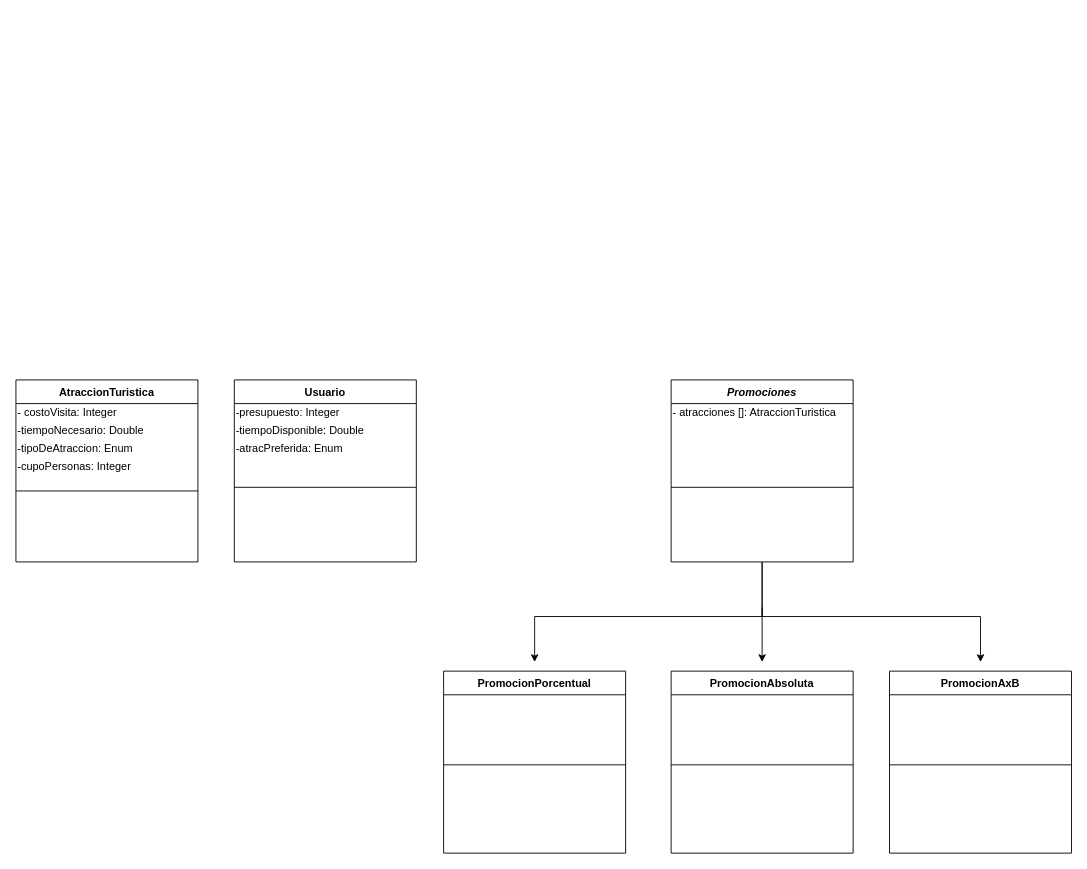
The draw.io diagram ParqueDeAtracciones.drawio in daidaros08/daidaros08, before the edit. Source tidied: cells renumbered, new cells numbered last; positions are measured from the earlier drawing's top-left corner, leaving out a move shared by most shapes. Both pictures are drawn from the tidied source at 91%, with x=0, y=0 at pixel (15, 379).
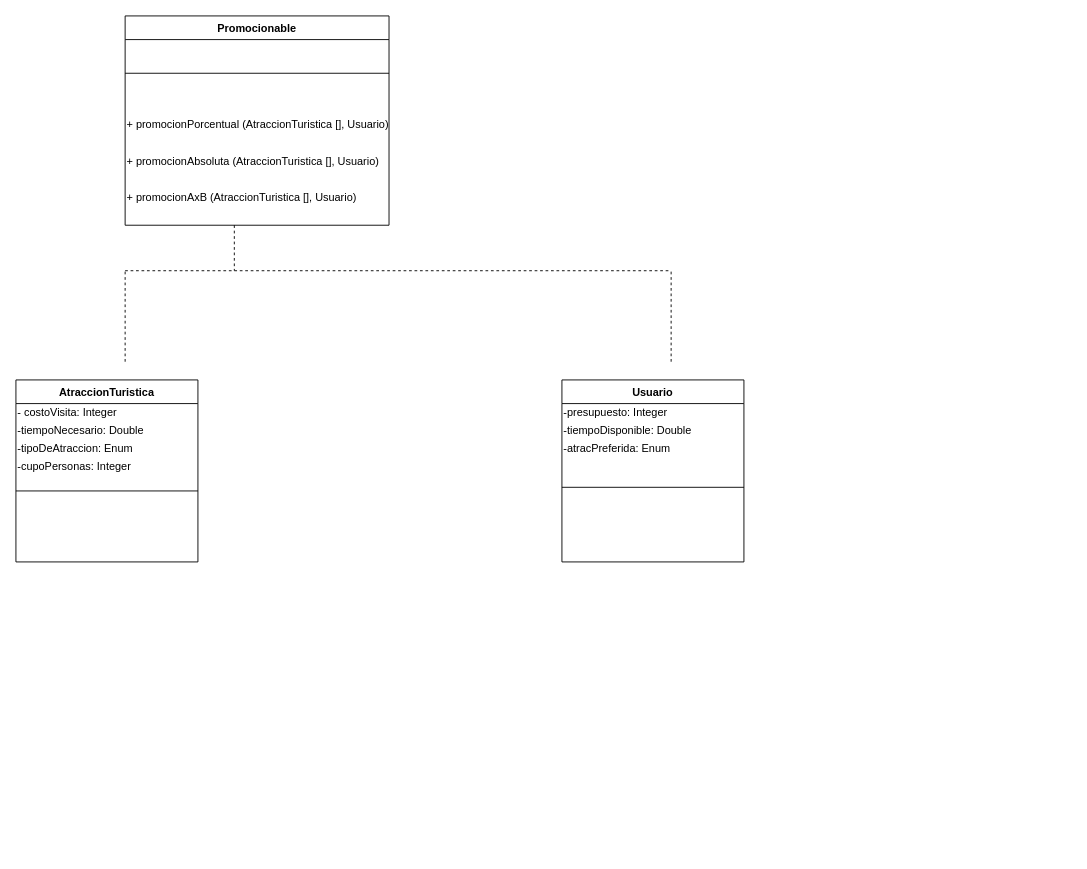
Above is the later version.

Diff of the diagram source:
```diff
@@
     <mxCell id="8" value="Usuario" style="swimlane;fontStyle=1;align=center;verticalAlign=top;horizontal=1;startSize=26;rounded=0;shadow=0;strokeWidth=1;fillColor=#FFFFFF;swimlaneFillColor=#ffffff;" parent="1" vertex="1">
-      <mxGeometry x="240" width="200" height="200" as="geometry" />
+      <mxGeometry x="600" width="200" height="200" as="geometry" />
     </mxCell>
@@
-    <mxCell id="13" style="edgeStyle=orthogonalEdgeStyle;rounded=0;jettySize=auto;html=1;exitX=0.5;exitY=1;exitDx=0;exitDy=0;" parent="1" edge="1" source="15">
-      <mxGeometry relative="1" as="geometry">
-        <mxPoint x="1060" y="310" as="targetPoint" />
-        <Array as="points">
-          <mxPoint x="820" y="260" />
-          <mxPoint x="1060" y="260" />
-        </Array>
-      </mxGeometry>
-    </mxCell>
-    <mxCell id="14" style="edgeStyle=orthogonalEdgeStyle;rounded=0;jettySize=auto;html=1;exitX=0.5;exitY=1;exitDx=0;exitDy=0;" parent="1" edge="1" source="15">
-      <mxGeometry relative="1" as="geometry">
-        <mxPoint x="820" y="310" as="targetPoint" />
-      </mxGeometry>
-    </mxCell>
-    <mxCell id="15" value="Promociones" style="swimlane;fontStyle=3;align=center;verticalAlign=top;horizontal=1;startSize=26;rounded=0;shadow=0;strokeWidth=1;fillColor=#FFFFFF;swimlaneFillColor=#ffffff;" parent="1" vertex="1">
-      <mxGeometry x="720" width="200" height="200" as="geometry" />
+    <mxCell id="15" value="Promocionable" style="swimlane;fontStyle=1;align=center;verticalAlign=top;horizontal=1;startSize=26;rounded=0;shadow=0;strokeWidth=1;fillColor=#FFFFFF;swimlaneFillColor=#ffffff;" parent="1" vertex="1">
+      <mxGeometry x="120" y="-400" width="290" height="230" as="geometry" />
     </mxCell>
-    <mxCell id="16" value="- atracciones []: AtraccionTuristica" style="text;html=1;strokeColor=none;fillColor=none;align=left;verticalAlign=middle;whiteSpace=wrap;rounded=0;" parent="15" vertex="1">
-      <mxGeometry y="26" width="200" height="20" as="geometry" />
-    </mxCell>
     <mxCell id="17" style="line;html=1;strokeWidth=1;align=left;verticalAlign=middle;spacingTop=-1;spacingLeft=3;spacingRight=3;labelPosition=right;" parent="15" vertex="1">
-      <mxGeometry y="46" width="200" height="144" as="geometry" />
+      <mxGeometry y="26" width="290" height="74" as="geometry" />
     </mxCell>
-    <mxCell id="18" value="PromocionPorcentual" style="swimlane;fontStyle=1;align=center;verticalAlign=top;horizontal=1;startSize=26;rounded=0;shadow=0;strokeWidth=1;fillColor=#FFFFFF;swimlaneFillColor=#ffffff;" parent="1" vertex="1">
-      <mxGeometry x="470" y="320" width="200" height="200" as="geometry" />
-    </mxCell>
-    <mxCell id="19" style="line;html=1;strokeWidth=1;align=left;verticalAlign=middle;spacingTop=-1;spacingLeft=3;spacingRight=3;labelPosition=right;" parent="18" vertex="1">
-      <mxGeometry y="26" width="200" height="154" as="geometry" />
-    </mxCell>
-    <mxCell id="20" value="PromocionAxB" style="swimlane;fontStyle=1;align=center;verticalAlign=top;horizontal=1;startSize=26;rounded=0;shadow=0;strokeWidth=1;fillColor=#FFFFFF;swimlaneFillColor=#ffffff;" parent="1" vertex="1">
-      <mxGeometry x="960" y="320" width="200" height="200" as="geometry" />
-    </mxCell>
-    <mxCell id="21" style="line;html=1;strokeWidth=1;align=left;verticalAlign=middle;spacingTop=-1;spacingLeft=3;spacingRight=3;labelPosition=right;" parent="20" vertex="1">
-      <mxGeometry y="26" width="200" height="154" as="geometry" />
-    </mxCell>
-    <mxCell id="22" value="PromocionAbsoluta" style="swimlane;fontStyle=1;align=center;verticalAlign=top;horizontal=1;startSize=26;rounded=0;shadow=0;strokeWidth=1;fillColor=#FFFFFF;swimlaneFillColor=#ffffff;" parent="1" vertex="1">
-      <mxGeometry x="720" y="320" width="200" height="200" as="geometry" />
-    </mxCell>
-    <mxCell id="23" style="line;html=1;strokeWidth=1;align=left;verticalAlign=middle;spacingTop=-1;spacingLeft=3;spacingRight=3;labelPosition=right;" parent="22" vertex="1">
-      <mxGeometry y="26" width="200" height="154" as="geometry" />
-    </mxCell>
-    <mxCell id="24" style="edgeStyle=orthogonalEdgeStyle;rounded=0;orthogonalLoop=1;jettySize=auto;html=1;" parent="1" edge="1">
-      <mxGeometry relative="1" as="geometry">
-        <mxPoint x="820" y="250" as="sourcePoint" />
-        <mxPoint x="570" y="310" as="targetPoint" />
-        <Array as="points">
-          <mxPoint x="820" y="260" />
-          <mxPoint x="570" y="260" />
-        </Array>
-      </mxGeometry>
-    </mxCell>
+    <mxCell id="25" value="+ promocionPorcentual (AtraccionTuristica [], Usuario)" style="text;html=1;strokeColor=none;fillColor=none;align=left;verticalAlign=middle;whiteSpace=wrap;rounded=0;" parent="15" vertex="1">
+      <mxGeometry y="100" width="290" height="40" as="geometry" />
+    </mxCell>
+    <mxCell id="26" value="+ promocionAbsoluta (AtraccionTuristica [], Usuario)" style="text;html=1;strokeColor=none;fillColor=none;align=left;verticalAlign=middle;whiteSpace=wrap;rounded=0;" parent="15" vertex="1">
+      <mxGeometry y="140" width="290" height="40" as="geometry" />
+    </mxCell>
+    <mxCell id="27" value="+ promocionAxB (AtraccionTuristica [], Usuario)" style="text;html=1;strokeColor=none;fillColor=none;align=left;verticalAlign=middle;whiteSpace=wrap;rounded=0;" parent="15" vertex="1">
+      <mxGeometry y="180" width="290" height="40" as="geometry" />
+    </mxCell>
+    <mxCell id="28" style="endArrow=none;dashed=1;html=1;" parent="1" edge="1">
+      <mxGeometry relative="1" as="geometry">
+        <mxPoint x="240" y="-170" as="sourcePoint" />
+        <mxPoint x="240" y="-120" as="targetPoint" />
+      </mxGeometry>
+    </mxCell>
+    <mxCell id="29" style="endArrow=none;dashed=1;html=1;" parent="1" edge="1">
+      <mxGeometry relative="1" as="geometry">
+        <mxPoint x="120" y="-120" as="sourcePoint" />
+        <mxPoint x="720" y="-120" as="targetPoint" />
+      </mxGeometry>
+    </mxCell>
+    <mxCell id="30" style="endArrow=none;dashed=1;html=1;" parent="1" edge="1">
+      <mxGeometry relative="1" as="geometry">
+        <mxPoint x="720" y="-20" as="sourcePoint" />
+        <mxPoint x="720" y="-120" as="targetPoint" />
+      </mxGeometry>
+    </mxCell>
+    <mxCell id="31" style="endArrow=none;dashed=1;html=1;" parent="1" edge="1">
+      <mxGeometry relative="1" as="geometry">
+        <mxPoint x="120" y="-20" as="sourcePoint" />
+        <mxPoint x="120" y="-120" as="targetPoint" />
+      </mxGeometry>
+    </mxCell>
```
